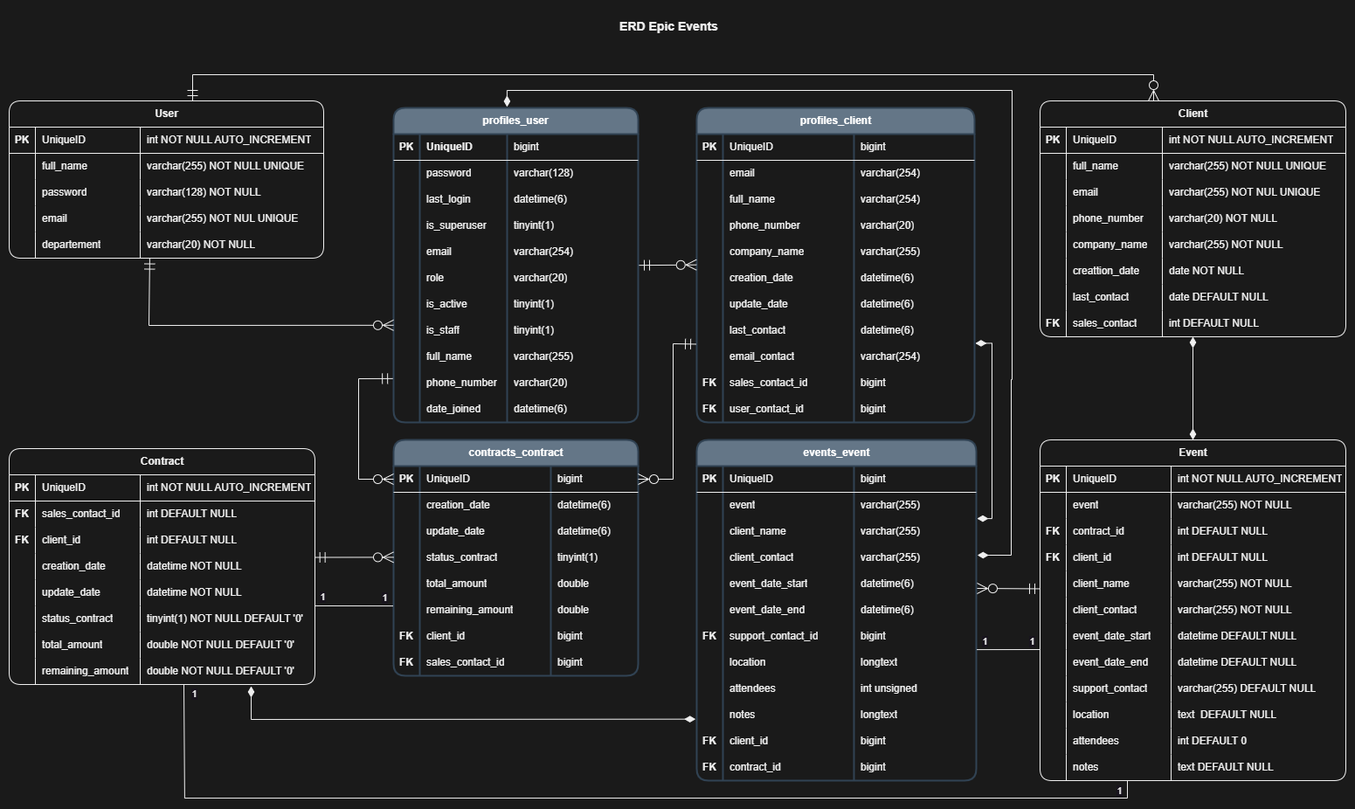
The draw.io diagram static/img/ERD_Epic_Events.png in Bubhux/Projet-Epic-Events, before a commit. Source tidied: cells renumbered, new cells last; positions are measured from the earlier drawing's top-left corner, leaving out a move shared by most shapes.
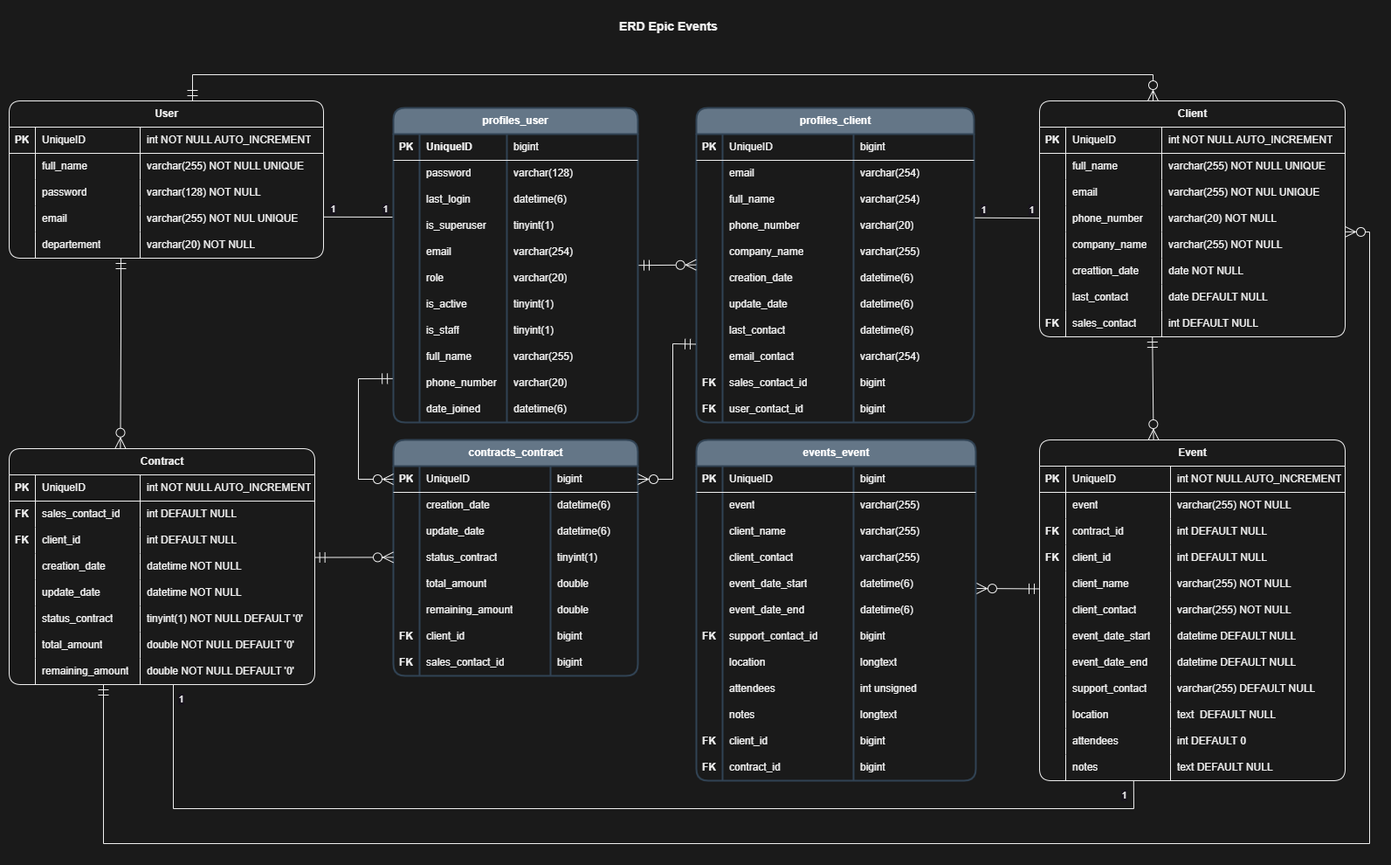
Later version of the same file.

Commit message:
Mise à jour  Changes to be committed: 	modified:   EpicEvents/settings.py 	modified:   static/img/ERD_Epic_Events.png

Changes not staged for commit:
	deleted:    static/img/ERD_Epic_Events.png

Diff of the diagram source:
```diff
@@ -263,11 +263,6 @@
     <mxCell id="88" value="&lt;font style=&quot;font-size: 12px;&quot;&gt;double NOT NULL DEFAULT '0'&lt;/font&gt;" style="shape=partialRectangle;fillColor=none;top=0;left=0;bottom=0;right=0;align=left;spacingLeft=6;overflow=hidden;whiteSpace=wrap;html=1;fontSize=12;fixDash=0;" parent="85" vertex="1">
       <mxGeometry x="150" width="200" height="30" as="geometry" />
     </mxCell>
-    <mxCell id="89" style="edgeStyle=orthogonalEdgeStyle;jettySize=auto;html=1;rounded=0;startArrow=diamondThin;startFill=1;endSize=10;startSize=10;endArrow=diamondThin;endFill=1;fixDash=0;" parent="1" edge="1" source="90">
-      <mxGeometry relative="1" as="geometry">
-        <mxPoint x="1355" y="370" as="targetPoint" />
-      </mxGeometry>
-    </mxCell>
     <mxCell id="90" value="Event" style="shape=table;startSize=30;rowLines=0;fontStyle=1;align=center;html=1;rounded=1;fontSize=12;fillColor=none;fixDash=0;" parent="1" vertex="1">
       <mxGeometry x="1180" y="488" width="350" height="390" as="geometry" />
     </mxCell>
@@ -685,11 +680,11 @@
     <mxCell id="228" value="bigint" style="shape=partialRectangle;fillColor=none;top=0;left=0;bottom=0;right=0;align=left;spacingLeft=6;overflow=hidden;whiteSpace=wrap;html=1;fontSize=12;fixDash=0;" parent="225" vertex="1">
       <mxGeometry x="180" width="138" height="30" as="geometry" />
     </mxCell>
-    <mxCell id="229" style="fontSize=12;html=1;endArrow=ERzeroToMany;rounded=0;strokeColor=default;startArrow=ERmandOne;startFill=0;endFill=0;anchorPointDirection=1;endSize=10;startSize=10;entryX=-0.004;entryY=-0.04;entryDx=0;entryDy=0;entryPerimeter=0;exitX=0.447;exitY=1.018;exitDx=0;exitDy=0;exitPerimeter=0;fixDash=0;" parent="1" edge="1" source="19">
+    <mxCell id="229" style="fontSize=12;html=1;endArrow=ERzeroToMany;rounded=0;strokeColor=default;startArrow=ERmandOne;startFill=0;endFill=0;anchorPointDirection=1;endSize=10;startSize=10;fixDash=0;exitX=0.364;exitY=-0.001;exitDx=0;exitDy=0;exitPerimeter=0;entryX=0.364;entryY=-0.001;entryDx=0;entryDy=0;entryPerimeter=0;" parent="1" edge="1" target="56">
       <mxGeometry relative="1" as="geometry">
-        <mxPoint x="440" y="356.8" as="targetPoint" />
+        <mxPoint x="128" y="280" as="sourcePoint" />
         <Array as="points">
-          <mxPoint x="160" y="357" />
+          <mxPoint x="128" y="366.5" />
         </Array>
       </mxGeometry>
     </mxCell>
@@ -982,28 +977,10 @@
         </Array>
       </mxGeometry>
     </mxCell>
-    <mxCell id="318" style="endArrow=none;html=1;rounded=0;exitX=0.826;exitY=0.998;exitDx=0;exitDy=0;exitPerimeter=0;fixDash=0;" parent="1" edge="1">
-      <mxGeometry relative="1" as="geometry">
-        <mxPoint x="200" y="768" as="sourcePoint" />
-        <mxPoint x="1280" y="878" as="targetPoint" />
-        <Array as="points">
-          <mxPoint x="200.9" y="898.1" />
-          <mxPoint x="1280" y="898" />
-        </Array>
-      </mxGeometry>
-    </mxCell>
-    <mxCell id="319" value="1" style="edgeLabel;html=1;align=center;verticalAlign=middle;fixDash=0;" parent="318" vertex="1">
-      <mxGeometry x="-0.99" y="1" relative="1" as="geometry">
-        <mxPoint x="10" y="4" as="offset" />
-      </mxGeometry>
-    </mxCell>
-    <mxCell id="320" value="1" style="edgeLabel;html=1;align=center;verticalAlign=middle;fixDash=0;" parent="318" vertex="1">
-      <mxGeometry x="0.99" y="-1" relative="1" as="geometry">
-        <mxPoint x="-11" y="2" as="offset" />
-      </mxGeometry>
-    </mxCell>
-    <mxCell id="321" style="endArrow=none;html=1;rounded=0;entryX=-0.002;entryY=0.337;entryDx=0;entryDy=0;entryPerimeter=0;exitX=1;exitY=-0.001;exitDx=0;exitDy=0;exitPerimeter=0;fixDash=0;" parent="1" edge="1" source="77" target="253">
-      <mxGeometry relative="1" as="geometry" />
+    <mxCell id="321" style="endArrow=none;html=1;rounded=0;fixDash=0;exitX=1.001;exitY=0.427;exitDx=0;exitDy=0;exitPerimeter=0;" parent="1" edge="1" source="15">
+      <mxGeometry relative="1" as="geometry">
+        <mxPoint x="439" y="233" as="targetPoint" />
+      </mxGeometry>
     </mxCell>
     <mxCell id="322" value="1" style="edgeLabel;html=1;align=center;verticalAlign=middle;fixDash=0;" parent="321" vertex="1">
       <mxGeometry x="-0.92" relative="1" as="geometry">
@@ -1015,50 +992,57 @@
         <mxPoint x="-7" y="-10" as="offset" />
       </mxGeometry>
     </mxCell>
-    <mxCell id="324" style="endArrow=none;html=1;rounded=0;entryX=-0.002;entryY=0.337;entryDx=0;entryDy=0;entryPerimeter=0;exitX=1.002;exitY=0.003;exitDx=0;exitDy=0;exitPerimeter=0;fixDash=0;" parent="1" edge="1" source="294">
-      <mxGeometry relative="1" as="geometry">
-        <mxPoint x="1180" y="728" as="targetPoint" />
-      </mxGeometry>
-    </mxCell>
-    <mxCell id="325" value="1" style="edgeLabel;html=1;align=center;verticalAlign=middle;fixDash=0;" parent="324" vertex="1">
-      <mxGeometry x="-0.92" relative="1" as="geometry">
-        <mxPoint x="6" y="-10" as="offset" />
-      </mxGeometry>
-    </mxCell>
-    <mxCell id="326" value="1" style="edgeLabel;html=1;align=center;verticalAlign=middle;fixDash=0;" parent="324" vertex="1">
-      <mxGeometry x="0.94" relative="1" as="geometry">
-        <mxPoint x="-7" y="-10" as="offset" />
-      </mxGeometry>
-    </mxCell>
-    <mxCell id="327" style="endArrow=diamondThin;html=1;rounded=0;endFill=1;startArrow=diamondThin;startFill=1;endSize=10;startSize=10;entryX=-0.004;entryY=0.655;entryDx=0;entryDy=0;entryPerimeter=0;fixDash=0;" parent="1" edge="1" target="302">
-      <mxGeometry relative="1" as="geometry">
-        <mxPoint x="277" y="770" as="sourcePoint" />
-        <Array as="points">
-          <mxPoint x="277" y="808" />
-        </Array>
-      </mxGeometry>
-    </mxCell>
-    <mxCell id="328" style="edgeStyle=orthogonalEdgeStyle;jettySize=auto;html=1;rounded=0;startArrow=diamondThin;startFill=1;endSize=10;startSize=10;endArrow=diamondThin;endFill=1;entryX=1.003;entryY=0.981;entryDx=0;entryDy=0;entryPerimeter=0;exitX=1.003;exitY=0.002;exitDx=0;exitDy=0;exitPerimeter=0;fixDash=0;" parent="1" edge="1" source="274" target="213">
-      <mxGeometry relative="1" as="geometry">
-        <Array as="points">
-          <mxPoint x="1125" y="578" />
-          <mxPoint x="1125" y="377" />
-        </Array>
-      </mxGeometry>
-    </mxCell>
-    <mxCell id="329" style="edgeStyle=orthogonalEdgeStyle;jettySize=auto;html=1;rounded=0;startArrow=diamondThin;startFill=1;endSize=10;startSize=10;endArrow=diamondThin;endFill=1;exitX=1.004;exitY=0.4;exitDx=0;exitDy=0;exitPerimeter=0;entryX=0.464;entryY=-0.003;entryDx=0;entryDy=0;entryPerimeter=0;fixDash=0;" parent="1" edge="1" source="278" target="139">
-      <mxGeometry relative="1" as="geometry">
-        <Array as="points">
-          <mxPoint x="1147" y="620" />
-          <mxPoint x="1147" y="419" />
-          <mxPoint x="1148" y="419" />
-          <mxPoint x="1148" y="88" />
-          <mxPoint x="570" y="88" />
-        </Array>
-      </mxGeometry>
-    </mxCell>
     <mxCell id="330" value="&lt;p&gt;&lt;span&gt;&lt;b&gt;&lt;font style=&quot;font-size: 14px;&quot;&gt;ERD Epic Events&lt;/font&gt;&lt;/b&gt;&lt;/span&gt;&lt;/p&gt;" style="text;align=center;html=1;verticalAlign=middle;whiteSpace=wrap;rounded=0;glass=0;shadow=0;fontStyle=0;fixDash=0;" parent="1" vertex="1">
       <mxGeometry x="691" width="129" height="30" as="geometry" />
     </mxCell>
+    <mxCell id="331" style="fontSize=12;html=1;endArrow=none;rounded=0;strokeColor=default;startArrow=none;startFill=0;endFill=0;anchorPointDirection=1;endSize=10;startSize=10;exitX=0.447;exitY=1.018;exitDx=0;exitDy=0;exitPerimeter=0;fixDash=0;entryX=0.308;entryY=0.994;entryDx=0;entryDy=0;entryPerimeter=0;" parent="1" edge="1" target="135">
+      <mxGeometry relative="1" as="geometry">
+        <mxPoint x="188" y="768" as="sourcePoint" />
+        <Array as="points">
+          <mxPoint x="188" y="910" />
+          <mxPoint x="1288" y="910" />
+        </Array>
+      </mxGeometry>
+    </mxCell>
+    <mxCell id="332" style="endArrow=none;html=1;rounded=0;fixDash=0;exitX=1.003;exitY=0.191;exitDx=0;exitDy=0;exitPerimeter=0;" parent="1" edge="1" source="197">
+      <mxGeometry relative="1" as="geometry">
+        <mxPoint x="1180" y="234.2" as="targetPoint" />
+      </mxGeometry>
+    </mxCell>
+    <mxCell id="333" value="1" style="edgeLabel;html=1;align=center;verticalAlign=middle;fixDash=0;" parent="332" vertex="1">
+      <mxGeometry x="-0.92" relative="1" as="geometry">
+        <mxPoint x="6" y="-10" as="offset" />
+      </mxGeometry>
+    </mxCell>
+    <mxCell id="334" value="1" style="edgeLabel;html=1;align=center;verticalAlign=middle;fixDash=0;" parent="332" vertex="1">
+      <mxGeometry x="0.94" relative="1" as="geometry">
+        <mxPoint x="-7" y="-10" as="offset" />
+      </mxGeometry>
+    </mxCell>
+    <mxCell id="335" style="fontSize=12;html=1;endArrow=ERzeroToMany;rounded=0;strokeColor=default;startArrow=ERmandOne;startFill=0;endFill=0;anchorPointDirection=1;targetPerimeterSpacing=0;endSize=10;startSize=10;exitX=0.055;exitY=1.208;exitDx=0;exitDy=0;exitPerimeter=0;entryX=0.373;entryY=0;entryDx=0;entryDy=0;entryPerimeter=0;fixDash=0;" parent="1" edge="1" target="90">
+      <mxGeometry relative="1" as="geometry">
+        <mxPoint x="1309.2" y="370" as="sourcePoint" />
+      </mxGeometry>
+    </mxCell>
+    <mxCell id="336" style="fontSize=12;html=1;endArrow=ERzeroToMany;rounded=0;strokeColor=default;startArrow=ERmandOne;startFill=0;endFill=0;anchorPointDirection=1;endSize=10;startSize=10;exitX=0.447;exitY=1.018;exitDx=0;exitDy=0;exitPerimeter=0;fixDash=0;entryX=1;entryY=0.995;entryDx=0;entryDy=0;entryPerimeter=0;" parent="1" edge="1" target="36">
+      <mxGeometry relative="1" as="geometry">
+        <mxPoint x="108" y="768" as="sourcePoint" />
+        <Array as="points">
+          <mxPoint x="108" y="950" />
+          <mxPoint x="1558" y="950" />
+          <mxPoint x="1558" y="250" />
+        </Array>
+      </mxGeometry>
+    </mxCell>
+    <mxCell id="337" value="1" style="edgeLabel;html=1;align=center;verticalAlign=middle;fixDash=0;" parent="1" vertex="1">
+      <mxGeometry x="198" y="768" as="geometry">
+        <mxPoint x="-2" y="16" as="offset" />
+      </mxGeometry>
+    </mxCell>
+    <mxCell id="338" value="1" style="edgeLabel;html=1;align=center;verticalAlign=middle;fixDash=0;" parent="1" vertex="1">
+      <mxGeometry x="1278" y="878" as="geometry">
+        <mxPoint x="-2" y="16" as="offset" />
+      </mxGeometry>
+    </mxCell>
   </root>
 </mxGraphModel>
```
